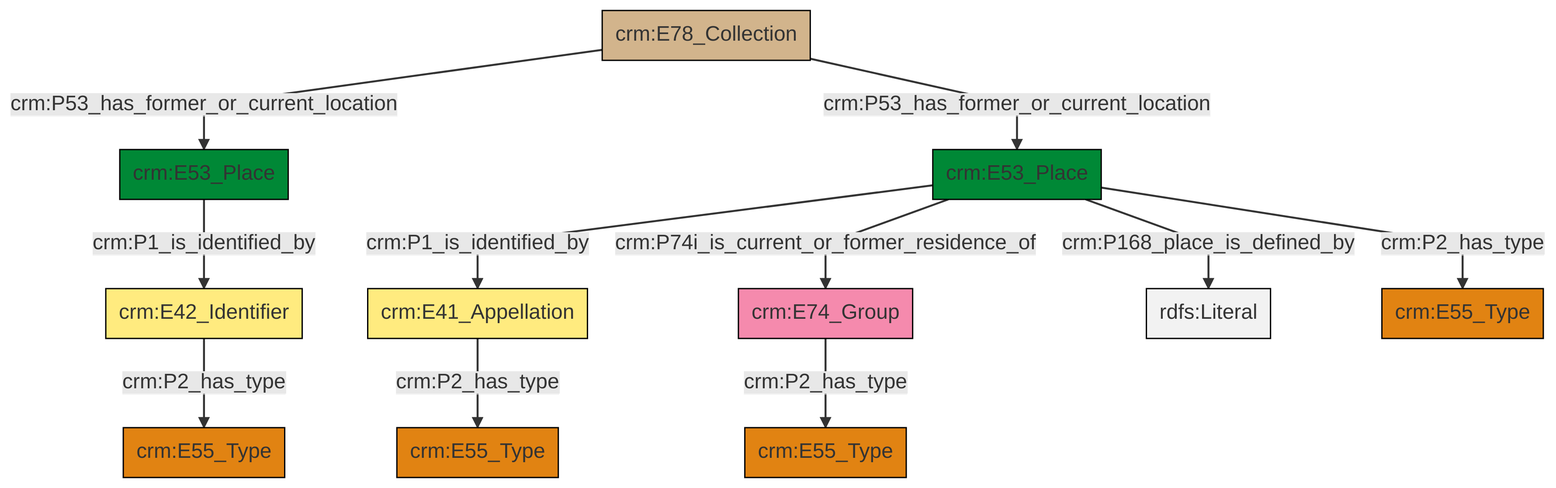
Above: et/archivalCSV/ttl/mmd/png/archival_location.png in swiss-art-research-net/docs.swissartresearch (Mermaid), before the change. Its source is kept beside it as et/archivalCSV/ttl/mmd/archival_location.ttl.mmd.
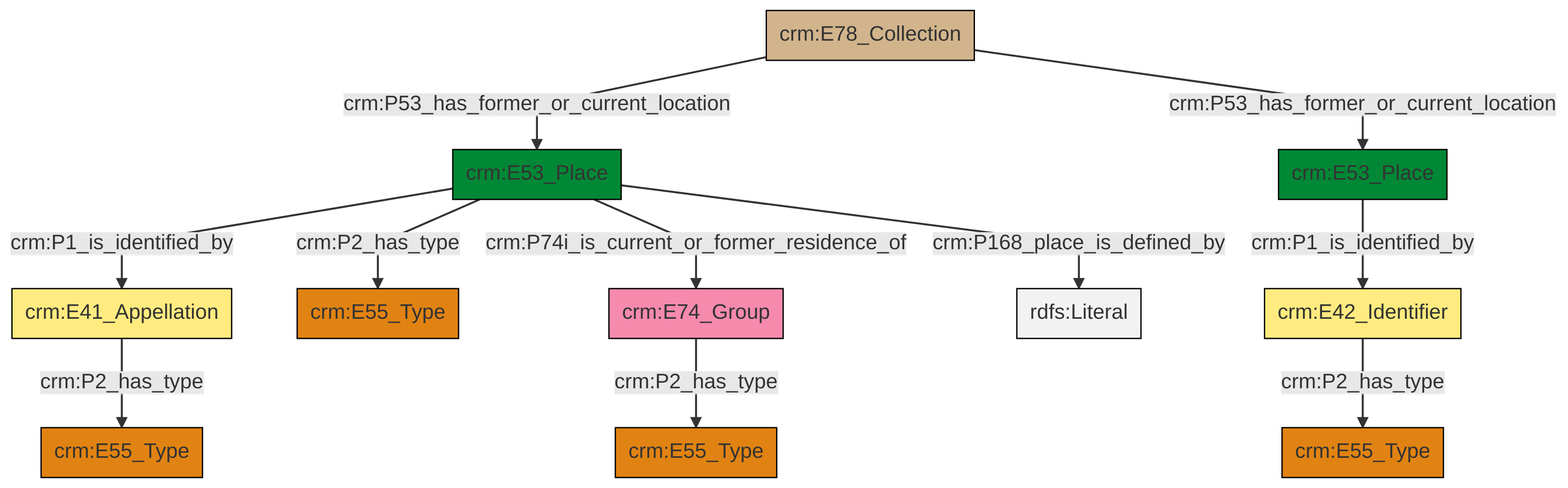
The same file after the commit.

The edit, as a diff of the source:
```diff
@@ -13,13 +13,13 @@
 classDef PC_Classes fill:#4ce600, stroke:#000000;
 classDef Multi fill:#cccccc,stroke:#000000;
 
-2["crm:E74_Group"]:::Actor -->|crm:P2_has_type| 3["crm:E55_Type"]:::Type
-5["crm:E42_Identifier"]:::Appellation -->|crm:P2_has_type| 9["crm:E55_Type"]:::Type
-7["crm:E53_Place"]:::Place -->|crm:P1_is_identified_by| 5["crm:E42_Identifier"]:::Appellation
-0["crm:E53_Place"]:::Place -->|crm:P1_is_identified_by| 10["crm:E41_Appellation"]:::Appellation
-12["crm:E78_Collection"]:::Physical_Thing -->|crm:P53_has_former_or_current_location| 7["crm:E53_Place"]:::Place
-12["crm:E78_Collection"]:::Physical_Thing -->|crm:P53_has_former_or_current_location| 0["crm:E53_Place"]:::Place
-0["crm:E53_Place"]:::Place -->|crm:P168_place_is_defined_by| 15[rdfs:Literal]:::Literal
-10["crm:E41_Appellation"]:::Appellation -->|crm:P2_has_type| 16["crm:E55_Type"]:::Type
-0["crm:E53_Place"]:::Place -->|crm:P74i_is_current_or_former_residence_of| 2["crm:E74_Group"]:::Actor
-0["crm:E53_Place"]:::Place -->|crm:P2_has_type| 20["crm:E55_Type"]:::Type
+0["crm:E53_Place"]:::Place -->|crm:P1_is_identified_by| 1["crm:E41_Appellation"]:::Appellation
+0["crm:E53_Place"]:::Place -->|crm:P2_has_type| 4["crm:E55_Type"]:::Type
+5["crm:E78_Collection"]:::Physical_Thing -->|crm:P53_has_former_or_current_location| 0["crm:E53_Place"]:::Place
+9["crm:E74_Group"]:::Actor -->|crm:P2_has_type| 7["crm:E55_Type"]:::Type
+1["crm:E41_Appellation"]:::Appellation -->|crm:P2_has_type| 10["crm:E55_Type"]:::Type
+0["crm:E53_Place"]:::Place -->|crm:P74i_is_current_or_former_residence_of| 9["crm:E74_Group"]:::Actor
+13["crm:E53_Place"]:::Place -->|crm:P1_is_identified_by| 2["crm:E42_Identifier"]:::Appellation
+2["crm:E42_Identifier"]:::Appellation -->|crm:P2_has_type| 20["crm:E55_Type"]:::Type
+5["crm:E78_Collection"]:::Physical_Thing -->|crm:P53_has_former_or_current_location| 13["crm:E53_Place"]:::Place
+0["crm:E53_Place"]:::Place -->|crm:P168_place_is_defined_by| 24[rdfs:Literal]:::Literal
```
